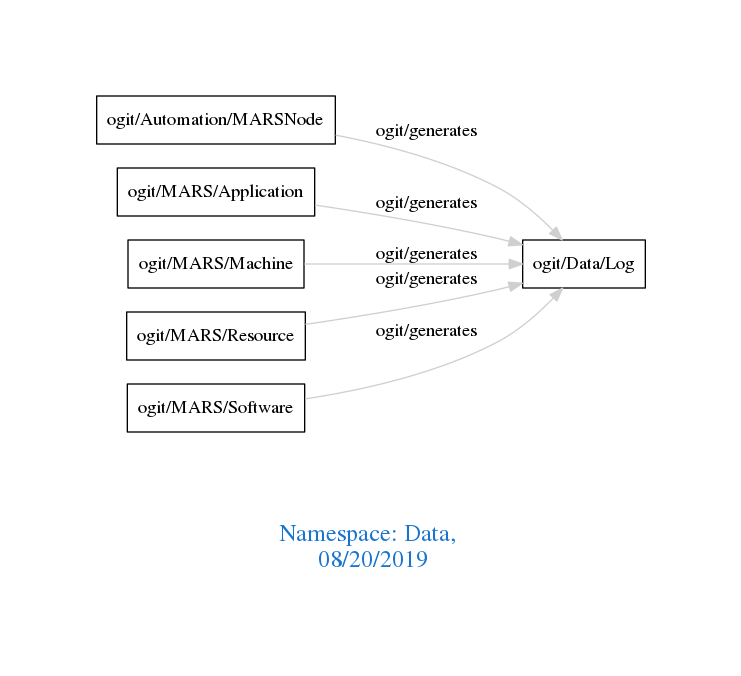
This is downloads/Data.png from arago/OGIT, a Graphviz export, as it was before one commit. Its source is kept beside it as downloads/Data.dot.
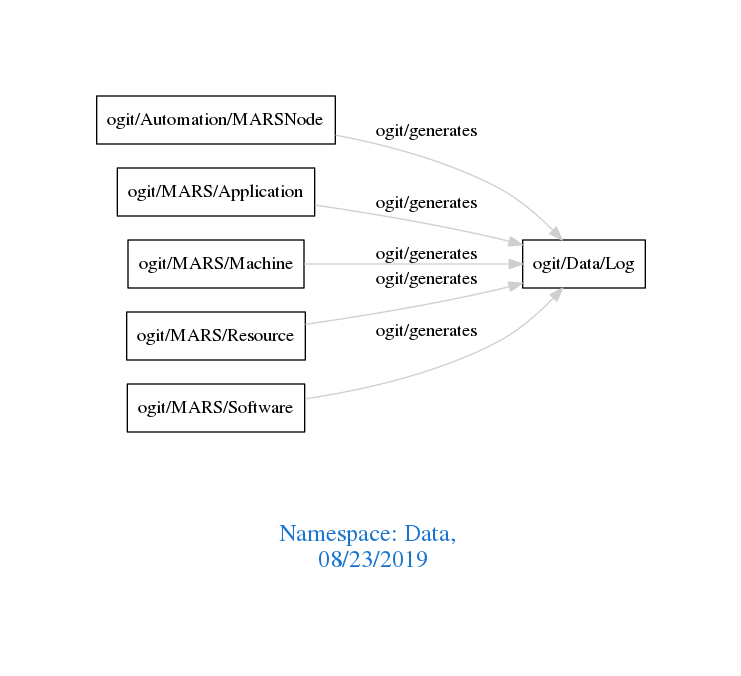
After the commit.

The edit, as a diff of the source:
```diff
@@ -1,7 +1,7 @@
 digraph OGIT_ontology {
  graph [ rankdir= LR,pad=1
 fontsize = 18,
-fontcolor= dodgerblue3,label = "\n\n\nNamespace: Data, \n 08/20/2019"];
+fontcolor= dodgerblue3,label = "\n\n\nNamespace: Data, \n 08/23/2019"];
 node[shape=polygon];
 edge [  color="gray81"];
 
```
